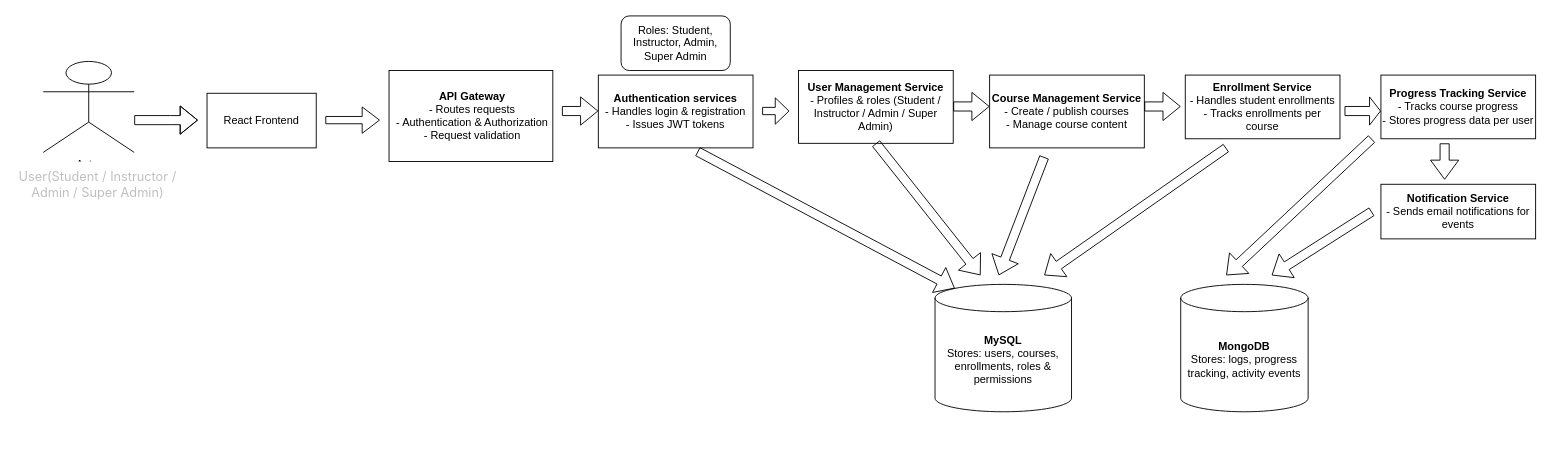
Before: docs/diagrams/SmartLearn-High-Level-Architecture.drawio in sharmaamit747/smartlearn-edtech, a draw.io diagram. Source tidied: cells renumbered, new cells numbered last; positions are measured from the earlier drawing's top-left corner, leaving out a move shared by most shapes. Both pictures are drawn from the tidied source at 91%, with x=0, y=0 at pixel (15, 15).
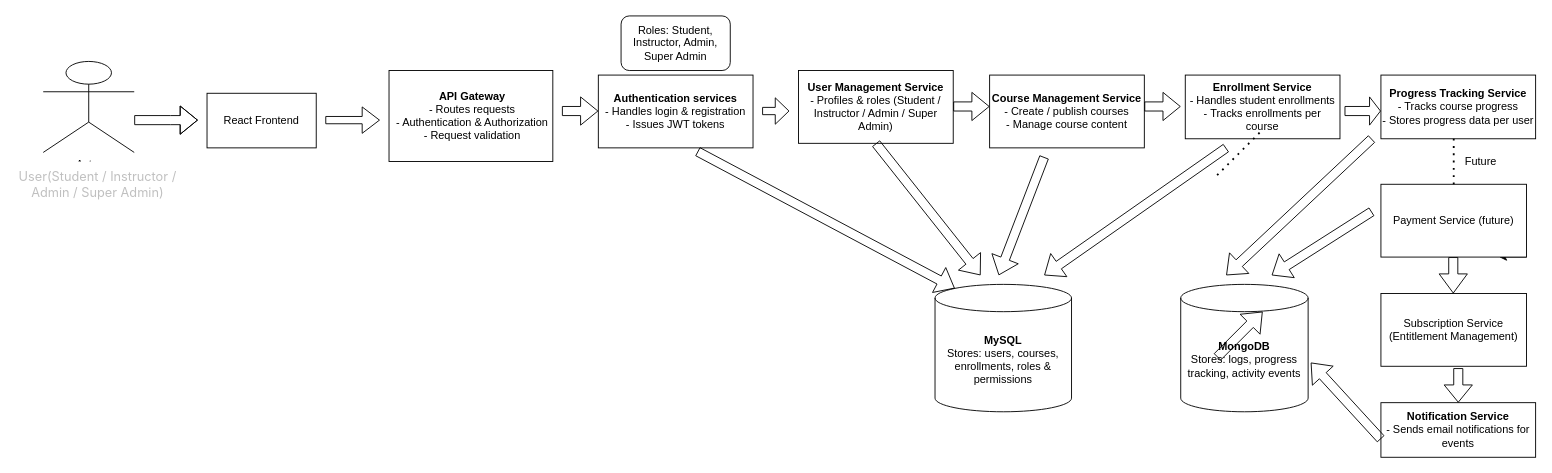
Above is the later version.

Commit message (it also covers changes not shown here):
Updated subscription plan with course enrollment

The change refers to these unchanged cells:
```xml
<mxCell id="16" value="&lt;b&gt;MongoDB&lt;/b&gt;&lt;div&gt;Stores: logs, progress tracking, activity events&lt;/div&gt;" style="shape=cylinder3;whiteSpace=wrap;html=1;boundedLbl=1;backgroundOutline=1;size=15;" parent="1" vertex="1">
  <mxGeometry x="1280" y="295" width="140" height="140" as="geometry" />
</mxCell>
```

Change to the diagram source:
```diff
@@
     <mxCell id="14" value="&lt;b&gt;Notification Service&lt;/b&gt;&lt;div&gt;-&amp;nbsp;Sends email notifications for events&lt;/div&gt;" style="rounded=0;whiteSpace=wrap;html=1;" parent="1" vertex="1">
-      <mxGeometry x="1500" y="185" width="170" height="60" as="geometry" />
+      <mxGeometry x="1500" y="425" width="170" height="60" as="geometry" />
     </mxCell>
@@
     <mxCell id="22" style="shape=flexArrow;endArrow=classic;html=1;rounded=0;width=10;endSize=6.67;" parent="1" edge="1">
       <mxGeometry relative="1" as="geometry">
-        <mxPoint x="1570" y="140" as="sourcePoint" />
-        <mxPoint x="1570" y="180" as="targetPoint" />
+        <mxPoint x="1579.5" y="265" as="sourcePoint" />
+        <mxPoint x="1579.5" y="305" as="targetPoint" />
       </mxGeometry>
     </mxCell>
@@
+    <mxCell id="30" style="edgeStyle=orthogonalEdgeStyle;rounded=0;jettySize=auto;html=1;exitX=1;exitY=1;exitDx=0;exitDy=0;" parent="1" edge="1" source="31">
+      <mxGeometry relative="1" as="geometry">
+        <mxPoint x="1630" y="265" as="targetPoint" />
+      </mxGeometry>
+    </mxCell>
+    <mxCell id="31" value="Payment Service (future)" style="rounded=0;whiteSpace=wrap;html=1;" parent="1" vertex="1">
+      <mxGeometry x="1500" y="185" width="160" height="80" as="geometry" />
+    </mxCell>
+    <mxCell id="32" style="shape=flexArrow;endArrow=classic;html=1;rounded=0;" parent="1" edge="1">
+      <mxGeometry relative="1" as="geometry">
+        <mxPoint x="1320" y="375" as="sourcePoint" />
+        <mxPoint x="1370" y="325" as="targetPoint" />
+      </mxGeometry>
+    </mxCell>
+    <mxCell id="33" style="shape=flexArrow;endArrow=classic;html=1;rounded=0;entryX=1.021;entryY=0.614;entryDx=0;entryDy=0;entryPerimeter=0;exitX=0;exitY=0.667;exitDx=0;exitDy=0;exitPerimeter=0;" parent="1" edge="1" source="14" target="16">
+      <mxGeometry relative="1" as="geometry" />
+    </mxCell>
+    <mxCell id="34" value="&lt;div&gt;Subscription Service&lt;/div&gt;&lt;div&gt;(Entitlement Management)&lt;/div&gt;" style="rounded=0;whiteSpace=wrap;html=1;" parent="1" vertex="1">
+      <mxGeometry x="1500" y="305" width="160" height="80" as="geometry" />
+    </mxCell>
+    <mxCell id="35" style="shape=flexArrow;endArrow=classic;html=1;rounded=0;entryX=0.5;entryY=0;entryDx=0;entryDy=0;" parent="1" edge="1" target="14">
+      <mxGeometry relative="1" as="geometry">
+        <mxPoint x="1585" y="387" as="sourcePoint" />
+      </mxGeometry>
+    </mxCell>
+    <mxCell id="36" style="endArrow=none;dashed=1;html=1;dashPattern=1 3;strokeWidth=2;rounded=0;" parent="1" edge="1">
+      <mxGeometry relative="1" as="geometry">
+        <mxPoint x="1320" y="175" as="sourcePoint" />
+        <mxPoint x="1370" y="125" as="targetPoint" />
+      </mxGeometry>
+    </mxCell>
+    <mxCell id="37" style="endArrow=none;dashed=1;html=1;dashPattern=1 3;strokeWidth=2;rounded=0;exitX=0.5;exitY=0;exitDx=0;exitDy=0;" parent="1" edge="1" source="31">
+      <mxGeometry relative="1" as="geometry">
+        <mxPoint x="1580" y="135" as="targetPoint" />
+      </mxGeometry>
+    </mxCell>
+    <mxCell id="38" value="Future" style="text;html=1;whiteSpace=wrap;strokeColor=none;fillColor=none;align=center;verticalAlign=middle;rounded=0;" parent="1" vertex="1">
+      <mxGeometry x="1580" y="145" width="60" height="30" as="geometry" />
+    </mxCell>
```
